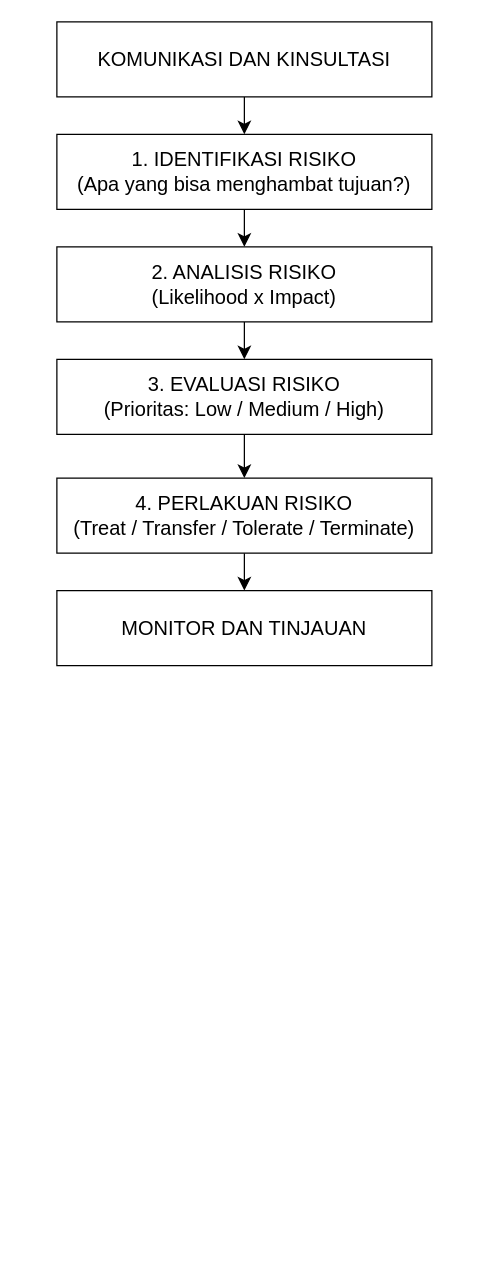
Before: Siklus Manajemen Risiko.drawio in TUBES-CA-25/SistemInformasiSumberDaya-Kelompok2, a draw.io diagram. Source tidied: cells renumbered, new cells numbered last; positions are measured from the earlier drawing's top-left corner, leaving out a move shared by most shapes. Both pictures are drawn from the tidied source at 125%, with x=0, y=0 at pixel (56, 21).
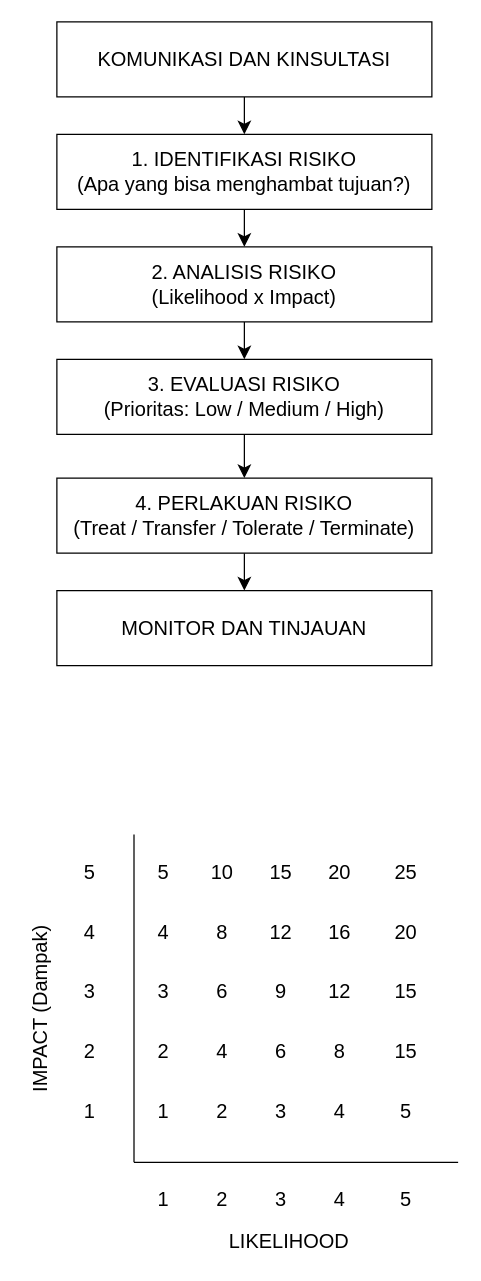
The same diagram, later.

Diff of the diagram source:
```diff
@@
+    <mxCell id="14" style="group;" parent="1" vertex="1">
+      <mxGeometry x="-9" y="650" width="330" height="310" as="geometry" />
+    </mxCell>
+    <mxCell id="15" style="endArrow=none;html=1;rounded=0;fontSize=12;startSize=8;endSize=8;curved=1;" parent="14" edge="1">
+      <mxGeometry relative="1" as="geometry">
+        <mxPoint x="70.7" y="262.3" as="sourcePoint" />
+        <mxPoint x="70.7" as="targetPoint" />
+      </mxGeometry>
+    </mxCell>
+    <mxCell id="16" style="endArrow=none;html=1;rounded=0;fontSize=12;startSize=8;endSize=8;curved=1;" parent="14" edge="1">
+      <mxGeometry relative="1" as="geometry">
+        <mxPoint x="330" y="262.3" as="sourcePoint" />
+        <mxPoint x="70.7" y="262.3" as="targetPoint" />
+      </mxGeometry>
+    </mxCell>
+    <mxCell id="17" value="1" style="text;html=1;whiteSpace=wrap;strokeColor=none;fillColor=none;align=center;verticalAlign=middle;rounded=0;fontSize=16;" parent="14" vertex="1">
+      <mxGeometry y="202.7" width="70.7" height="35.8" as="geometry" />
+    </mxCell>
+    <mxCell id="18" value="2" style="text;html=1;whiteSpace=wrap;strokeColor=none;fillColor=none;align=center;verticalAlign=middle;rounded=0;fontSize=16;" parent="14" vertex="1">
+      <mxGeometry y="155" width="70.7" height="35.8" as="geometry" />
+    </mxCell>
+    <mxCell id="19" value="3" style="text;html=1;whiteSpace=wrap;strokeColor=none;fillColor=none;align=center;verticalAlign=middle;rounded=0;fontSize=16;" parent="14" vertex="1">
+      <mxGeometry y="107.3" width="70.7" height="35.8" as="geometry" />
+    </mxCell>
+    <mxCell id="20" value="4" style="text;html=1;whiteSpace=wrap;strokeColor=none;fillColor=none;align=center;verticalAlign=middle;rounded=0;fontSize=16;" parent="14" vertex="1">
+      <mxGeometry y="59.6" width="70.7" height="35.8" as="geometry" />
+    </mxCell>
+    <mxCell id="21" value="5" style="text;html=1;whiteSpace=wrap;strokeColor=none;fillColor=none;align=center;verticalAlign=middle;rounded=0;fontSize=16;" parent="14" vertex="1">
+      <mxGeometry y="11.9" width="70.7" height="35.8" as="geometry" />
+    </mxCell>
+    <mxCell id="22" value="1" style="text;html=1;whiteSpace=wrap;strokeColor=none;fillColor=none;align=center;verticalAlign=middle;rounded=0;fontSize=16;" parent="14" vertex="1">
+      <mxGeometry x="58.9" y="274.2" width="70.7" height="35.8" as="geometry" />
+    </mxCell>
+    <mxCell id="23" value="2" style="text;html=1;whiteSpace=wrap;strokeColor=none;fillColor=none;align=center;verticalAlign=middle;rounded=0;fontSize=16;" parent="14" vertex="1">
+      <mxGeometry x="106.1" y="274.2" width="70.7" height="35.8" as="geometry" />
+    </mxCell>
+    <mxCell id="24" value="3" style="text;html=1;whiteSpace=wrap;strokeColor=none;fillColor=none;align=center;verticalAlign=middle;rounded=0;fontSize=16;" parent="14" vertex="1">
+      <mxGeometry x="153.2" y="274.2" width="70.7" height="35.8" as="geometry" />
+    </mxCell>
+    <mxCell id="25" value="4" style="text;html=1;whiteSpace=wrap;strokeColor=none;fillColor=none;align=center;verticalAlign=middle;rounded=0;fontSize=16;" parent="14" vertex="1">
+      <mxGeometry x="200.4" y="274.2" width="70.7" height="35.8" as="geometry" />
+    </mxCell>
+    <mxCell id="26" value="5" style="text;html=1;whiteSpace=wrap;strokeColor=none;fillColor=none;align=center;verticalAlign=middle;rounded=0;fontSize=16;" parent="14" vertex="1">
+      <mxGeometry x="253.4" y="274.2" width="70.7" height="35.8" as="geometry" />
+    </mxCell>
+    <mxCell id="27" value="5" style="text;html=1;whiteSpace=wrap;strokeColor=none;fillColor=none;align=center;verticalAlign=middle;rounded=0;fontSize=16;" parent="14" vertex="1">
+      <mxGeometry x="58.9" y="11.9" width="70.7" height="35.8" as="geometry" />
+    </mxCell>
+    <mxCell id="28" value="4" style="text;html=1;whiteSpace=wrap;strokeColor=none;fillColor=none;align=center;verticalAlign=middle;rounded=0;fontSize=16;" parent="14" vertex="1">
+      <mxGeometry x="58.9" y="59.6" width="70.7" height="35.8" as="geometry" />
+    </mxCell>
+    <mxCell id="29" value="3" style="text;html=1;whiteSpace=wrap;strokeColor=none;fillColor=none;align=center;verticalAlign=middle;rounded=0;fontSize=16;" parent="14" vertex="1">
+      <mxGeometry x="58.9" y="107.3" width="70.7" height="35.8" as="geometry" />
+    </mxCell>
+    <mxCell id="30" value="2" style="text;html=1;whiteSpace=wrap;strokeColor=none;fillColor=none;align=center;verticalAlign=middle;rounded=0;fontSize=16;" parent="14" vertex="1">
+      <mxGeometry x="58.9" y="155" width="70.7" height="35.8" as="geometry" />
+    </mxCell>
+    <mxCell id="31" value="1" style="text;html=1;whiteSpace=wrap;strokeColor=none;fillColor=none;align=center;verticalAlign=middle;rounded=0;fontSize=16;" parent="14" vertex="1">
+      <mxGeometry x="58.9" y="202.7" width="70.7" height="35.8" as="geometry" />
+    </mxCell>
+    <mxCell id="32" value="10" style="text;html=1;whiteSpace=wrap;strokeColor=none;fillColor=none;align=center;verticalAlign=middle;rounded=0;fontSize=16;" parent="14" vertex="1">
+      <mxGeometry x="106.1" y="11.9" width="70.7" height="35.8" as="geometry" />
+    </mxCell>
+    <mxCell id="33" value="8" style="text;html=1;whiteSpace=wrap;strokeColor=none;fillColor=none;align=center;verticalAlign=middle;rounded=0;fontSize=16;" parent="14" vertex="1">
+      <mxGeometry x="106.1" y="59.6" width="70.7" height="35.8" as="geometry" />
+    </mxCell>
+    <mxCell id="34" value="6" style="text;html=1;whiteSpace=wrap;strokeColor=none;fillColor=none;align=center;verticalAlign=middle;rounded=0;fontSize=16;" parent="14" vertex="1">
+      <mxGeometry x="106.1" y="107.3" width="70.7" height="35.8" as="geometry" />
+    </mxCell>
+    <mxCell id="35" value="4" style="text;html=1;whiteSpace=wrap;strokeColor=none;fillColor=none;align=center;verticalAlign=middle;rounded=0;fontSize=16;" parent="14" vertex="1">
+      <mxGeometry x="106.1" y="155" width="70.7" height="35.8" as="geometry" />
+    </mxCell>
+    <mxCell id="36" value="2" style="text;html=1;whiteSpace=wrap;strokeColor=none;fillColor=none;align=center;verticalAlign=middle;rounded=0;fontSize=16;" parent="14" vertex="1">
+      <mxGeometry x="106.1" y="202.7" width="70.7" height="35.8" as="geometry" />
+    </mxCell>
+    <mxCell id="37" value="15" style="text;html=1;whiteSpace=wrap;strokeColor=none;fillColor=none;align=center;verticalAlign=middle;rounded=0;fontSize=16;" parent="14" vertex="1">
+      <mxGeometry x="153.2" y="11.9" width="70.7" height="35.8" as="geometry" />
+    </mxCell>
+    <mxCell id="38" value="12" style="text;html=1;whiteSpace=wrap;strokeColor=none;fillColor=none;align=center;verticalAlign=middle;rounded=0;fontSize=16;" parent="14" vertex="1">
+      <mxGeometry x="153.2" y="59.6" width="70.7" height="35.8" as="geometry" />
+    </mxCell>
+    <mxCell id="39" value="9" style="text;html=1;whiteSpace=wrap;strokeColor=none;fillColor=none;align=center;verticalAlign=middle;rounded=0;fontSize=16;" parent="14" vertex="1">
+      <mxGeometry x="153.2" y="107.3" width="70.7" height="35.8" as="geometry" />
+    </mxCell>
+    <mxCell id="40" value="6" style="text;html=1;whiteSpace=wrap;strokeColor=none;fillColor=none;align=center;verticalAlign=middle;rounded=0;fontSize=16;" parent="14" vertex="1">
+      <mxGeometry x="153.2" y="155" width="70.7" height="35.8" as="geometry" />
+    </mxCell>
+    <mxCell id="41" value="3" style="text;html=1;whiteSpace=wrap;strokeColor=none;fillColor=none;align=center;verticalAlign=middle;rounded=0;fontSize=16;" parent="14" vertex="1">
+      <mxGeometry x="153.2" y="202.7" width="70.7" height="35.8" as="geometry" />
+    </mxCell>
+    <mxCell id="42" value="20" style="text;html=1;whiteSpace=wrap;strokeColor=none;fillColor=none;align=center;verticalAlign=middle;rounded=0;fontSize=16;" parent="14" vertex="1">
+      <mxGeometry x="200.4" y="11.9" width="70.7" height="35.8" as="geometry" />
+    </mxCell>
+    <mxCell id="43" value="16" style="text;html=1;whiteSpace=wrap;strokeColor=none;fillColor=none;align=center;verticalAlign=middle;rounded=0;fontSize=16;" parent="14" vertex="1">
+      <mxGeometry x="200.4" y="59.6" width="70.7" height="35.8" as="geometry" />
+    </mxCell>
+    <mxCell id="44" value="12" style="text;html=1;whiteSpace=wrap;strokeColor=none;fillColor=none;align=center;verticalAlign=middle;rounded=0;fontSize=16;" parent="14" vertex="1">
+      <mxGeometry x="200.4" y="107.3" width="70.7" height="35.8" as="geometry" />
+    </mxCell>
+    <mxCell id="45" value="8" style="text;html=1;whiteSpace=wrap;strokeColor=none;fillColor=none;align=center;verticalAlign=middle;rounded=0;fontSize=16;" parent="14" vertex="1">
+      <mxGeometry x="200.4" y="155" width="70.7" height="35.8" as="geometry" />
+    </mxCell>
+    <mxCell id="46" value="4" style="text;html=1;whiteSpace=wrap;strokeColor=none;fillColor=none;align=center;verticalAlign=middle;rounded=0;fontSize=16;" parent="14" vertex="1">
+      <mxGeometry x="200.4" y="202.7" width="70.7" height="35.8" as="geometry" />
+    </mxCell>
+    <mxCell id="47" value="25" style="text;html=1;whiteSpace=wrap;strokeColor=none;fillColor=none;align=center;verticalAlign=middle;rounded=0;fontSize=16;" parent="14" vertex="1">
+      <mxGeometry x="253.4" y="11.9" width="70.7" height="35.8" as="geometry" />
+    </mxCell>
+    <mxCell id="48" value="20" style="text;html=1;whiteSpace=wrap;strokeColor=none;fillColor=none;align=center;verticalAlign=middle;rounded=0;fontSize=16;" parent="14" vertex="1">
+      <mxGeometry x="253.4" y="59.6" width="70.7" height="35.8" as="geometry" />
+    </mxCell>
+    <mxCell id="49" value="15" style="text;html=1;whiteSpace=wrap;strokeColor=none;fillColor=none;align=center;verticalAlign=middle;rounded=0;fontSize=16;" parent="14" vertex="1">
+      <mxGeometry x="253.4" y="107.3" width="70.7" height="35.8" as="geometry" />
+    </mxCell>
+    <mxCell id="50" value="15" style="text;html=1;whiteSpace=wrap;strokeColor=none;fillColor=none;align=center;verticalAlign=middle;rounded=0;fontSize=16;" parent="14" vertex="1">
+      <mxGeometry x="253.4" y="155" width="70.7" height="35.8" as="geometry" />
+    </mxCell>
+    <mxCell id="51" value="5" style="text;html=1;whiteSpace=wrap;strokeColor=none;fillColor=none;align=center;verticalAlign=middle;rounded=0;fontSize=16;" parent="14" vertex="1">
+      <mxGeometry x="253.4" y="202.7" width="70.7" height="35.8" as="geometry" />
+    </mxCell>
+    <mxCell id="52" value="IMPACT (Dampak&lt;span style=&quot;background-color: transparent; color: light-dark(rgb(0, 0, 0), rgb(255, 255, 255));&quot;&gt;)&lt;/span&gt;" style="text;html=1;whiteSpace=wrap;strokeColor=none;fillColor=none;align=center;verticalAlign=middle;rounded=0;fontSize=16;rotation=-90;" parent="14" vertex="1">
+      <mxGeometry x="-79.3" y="125" width="150" height="30" as="geometry" />
+    </mxCell>
+    <mxCell id="53" value="LIKELIHOOD" style="text;html=1;whiteSpace=wrap;strokeColor=none;fillColor=none;align=center;verticalAlign=middle;rounded=0;fontSize=16;rotation=0;" parent="1" vertex="1">
+      <mxGeometry x="111" y="960" width="150" height="30" as="geometry" />
+    </mxCell>
```
